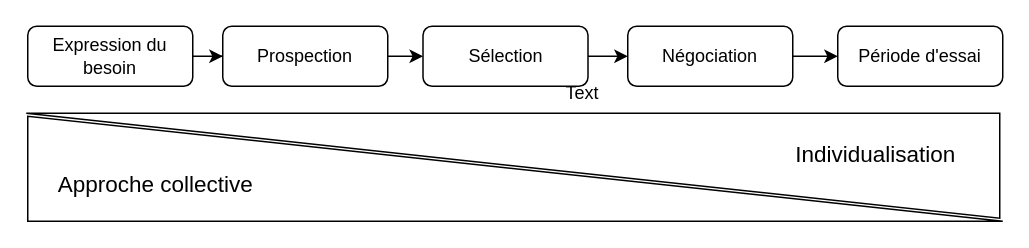
This is page "Schéma individualisation du recrutement" (3 of 3) of Schémas recrutement et IA.drawio from Fabrice-64/Drawings, a draw.io file, before an edit. Source tidied: cells renumbered, new cells numbered last; positions are measured from the earlier drawing's top-left corner, leaving out a move shared by most shapes. Both pictures are drawn from the tidied source at 150%, with x=0, y=0 at pixel (26, 26).
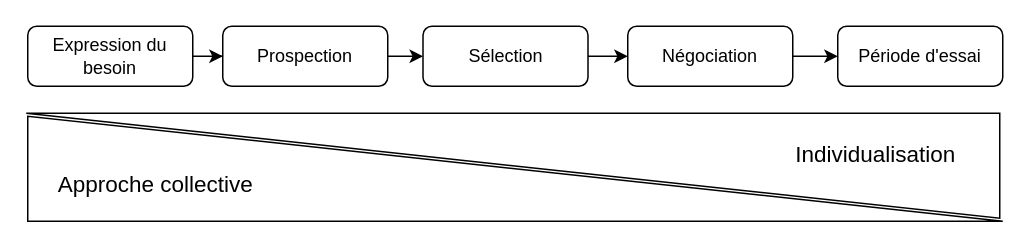
Above is the later version.

Commit message:
Mettre à jour Schémas recrutement et IA.drawio

Change to the diagram source:
```diff
@@
 <mxGraphModel>
   <root>
     <mxCell id="0" />
     <mxCell id="1" parent="0" />
     <mxCell id="2" style="edgeStyle=orthogonalEdgeStyle;rounded=0;jettySize=auto;html=1;" parent="1" edge="1" source="3" target="5">
       <mxGeometry relative="1" as="geometry" />
     </mxCell>
     <mxCell id="3" value="Expression du besoin" style="text;html=1;align=center;verticalAlign=middle;whiteSpace=wrap;rounded=1;strokeColor=default;" parent="1" vertex="1">
       <mxGeometry x="1" width="110" height="40" as="geometry" />
     </mxCell>
     <mxCell id="4" style="edgeStyle=orthogonalEdgeStyle;rounded=0;jettySize=auto;html=1;" parent="1" edge="1" source="5" target="7">
       <mxGeometry relative="1" as="geometry" />
     </mxCell>
     <mxCell id="5" value="Prospection" style="text;html=1;align=center;verticalAlign=middle;whiteSpace=wrap;rounded=1;strokeColor=default;" parent="1" vertex="1">
       <mxGeometry x="131" width="110" height="40" as="geometry" />
     </mxCell>
     <mxCell id="6" style="edgeStyle=orthogonalEdgeStyle;rounded=0;jettySize=auto;html=1;" parent="1" edge="1" source="7" target="9">
       <mxGeometry relative="1" as="geometry" />
     </mxCell>
     <mxCell id="7" value="Sélection" style="text;html=1;align=center;verticalAlign=middle;whiteSpace=wrap;rounded=1;strokeColor=default;" parent="1" vertex="1">
       <mxGeometry x="264.5" width="110" height="40" as="geometry" />
     </mxCell>
     <mxCell id="8" style="edgeStyle=orthogonalEdgeStyle;rounded=0;jettySize=auto;html=1;" parent="1" edge="1" source="9" target="10">
       <mxGeometry relative="1" as="geometry" />
     </mxCell>
     <mxCell id="9" value="Négociation" style="text;html=1;align=center;verticalAlign=middle;whiteSpace=wrap;rounded=1;strokeColor=default;" parent="1" vertex="1">
       <mxGeometry x="401" width="110" height="40" as="geometry" />
     </mxCell>
     <mxCell id="10" value="Période d'essai" style="text;html=1;align=center;verticalAlign=middle;whiteSpace=wrap;rounded=1;strokeColor=default;" parent="1" vertex="1">
       <mxGeometry x="541" width="110" height="40" as="geometry" />
     </mxCell>
     <mxCell id="11" style="verticalLabelPosition=bottom;verticalAlign=top;html=1;shape=mxgraph.basic.orthogonal_triangle;" parent="1" vertex="1">
       <mxGeometry x="1" y="60" width="650" height="70" as="geometry" />
     </mxCell>
     <mxCell id="12" style="verticalLabelPosition=bottom;verticalAlign=top;html=1;shape=mxgraph.basic.orthogonal_triangle;rotation=-180;" parent="1" vertex="1">
       <mxGeometry y="58" width="649" height="70" as="geometry" />
     </mxCell>
-    <mxCell id="13" value="Text" style="text;html=1;align=center;verticalAlign=middle;whiteSpace=wrap;rounded=0;" parent="1" vertex="1">
-      <mxGeometry x="341" y="30" width="60" height="30" as="geometry" />
-    </mxCell>
     <mxCell id="14" value="&lt;font style=&quot;font-size: 15px;&quot;&gt;Individualisation&lt;/font&gt;" style="text;html=1;align=center;verticalAlign=middle;strokeColor=none;fillColor=none;" parent="1" vertex="1">
       <mxGeometry x="501" y="70" width="130" height="30" as="geometry" />
     </mxCell>
     <mxCell id="15" value="&lt;span style=&quot;font-size: 15px;&quot;&gt;Approche collective&lt;/span&gt;" style="text;html=1;align=center;verticalAlign=middle;strokeColor=none;fillColor=none;" parent="1" vertex="1">
       <mxGeometry x="11" y="90" width="150" height="30" as="geometry" />
     </mxCell>
   </root>
 </mxGraphModel>
```
